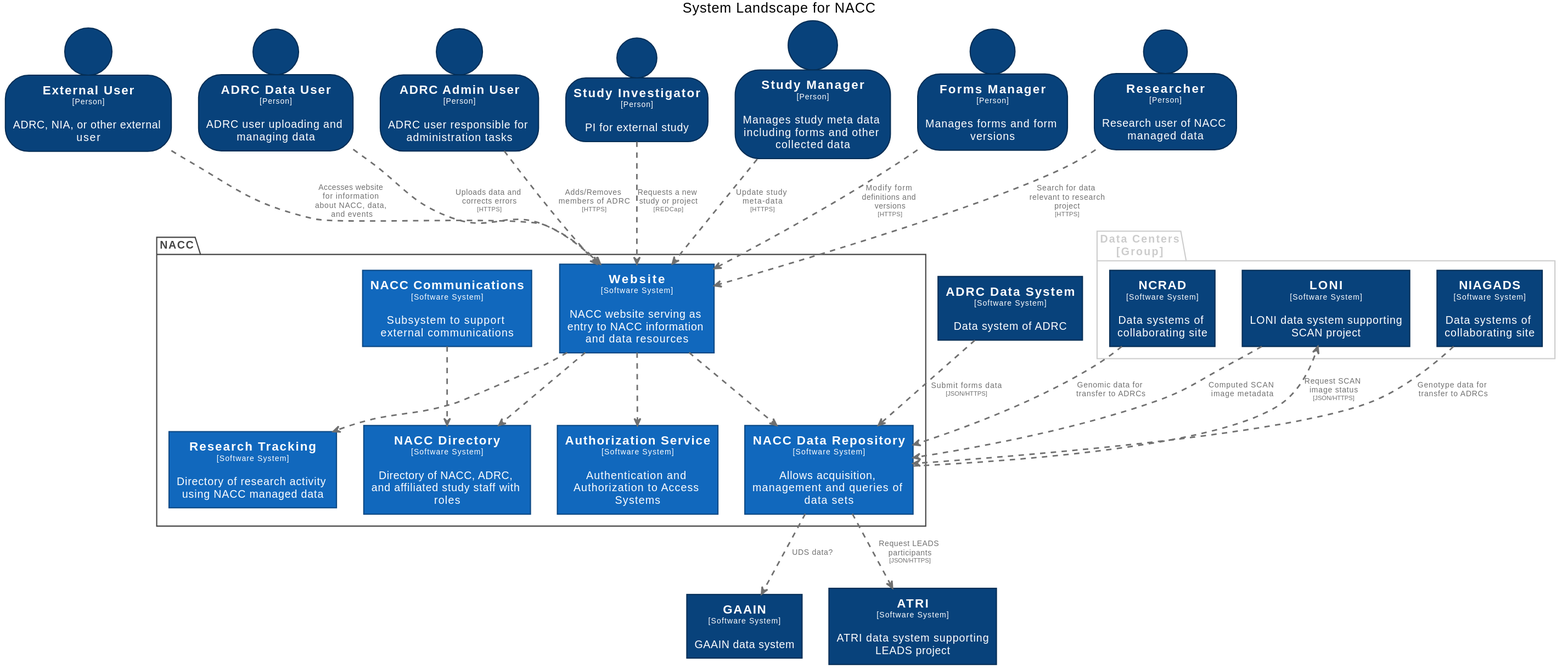
Earlier version of the PlantUML export docs/images/structurizr-SystemLandscape.svg (naccdata/system-design).
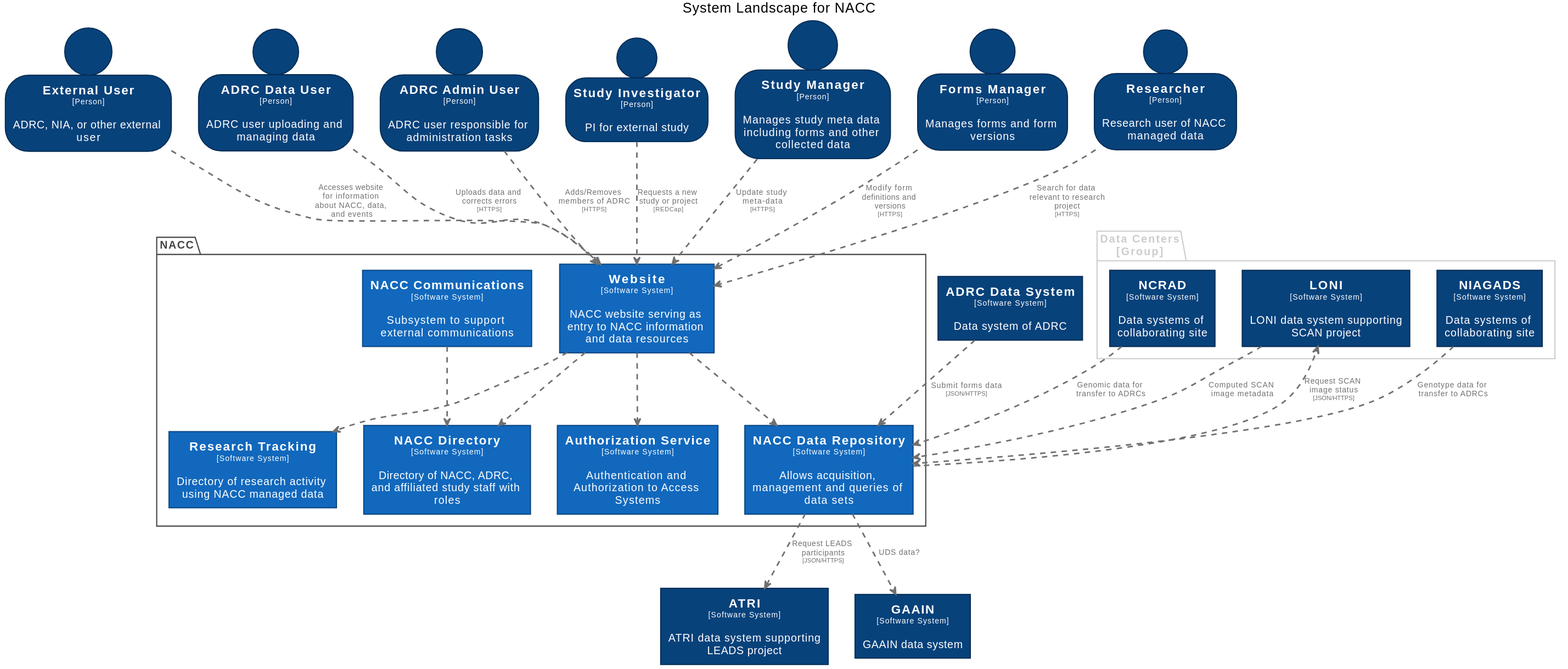
After the commit.

The edit, as a diff of the source:
```diff
@@ -130,6 +130,7 @@
   rectangle "==LONI\n<size:10>[Software System]</size>\n\nLONI data system supporting SCAN project" <<LONI>> as LONI
 }
 
+rectangle "==ATRI\n<size:10>[Software System]</size>\n\nATRI data system supporting LEADS project" <<ATRI>> as ATRI
 rectangle "==GAAIN\n<size:10>[Software System]</size>\n\nGAAIN data system" <<GAAIN>> as GAAIN
 person "==External User\n<size:10>[Person]</size>\n\nADRC, NIA, or other external user" <<ExternalUser>> as ExternalUser
 person "==ADRC Data User\n<size:10>[Person]</size>\n\nADRC user uploading and managing data" <<ADRCDataUser>> as ADRCDataUser
@@ -139,8 +140,9 @@
 person "==Forms Manager\n<size:10>[Person]</size>\n\nManages forms and form versions" <<FormsManager>> as FormsManager
 person "==Researcher\n<size:10>[Person]</size>\n\nResearch user of NACC managed data" <<Researcher>> as Researcher
 rectangle "==ADRC Data System\n<size:10>[Software System]</size>\n\nData system of ADRC" <<ADRCDataSystem>> as ADRCDataSystem
-rectangle "==ATRI\n<size:10>[Software System]</size>\n\nATRI data system supporting LEADS project" <<ATRI>> as ATRI
 
+LONI .[#707070,thickness=2].> NACCDataRepository : "<color:#707070>Computed SCAN image metadata"
+NACCDataRepository .[#707070,thickness=2].> LONI : "<color:#707070>Request SCAN image status\n<color:#707070><size:8>[JSON/HTTPS]</size>"
 NACCDataRepository .[#707070,thickness=2].> ATRI : "<color:#707070>Request LEADS participants\n<color:#707070><size:8>[JSON/HTTPS]</size>"
 NACCDataRepository .[#707070,thickness=2].> GAAIN : "<color:#707070>UDS data?"
 NACCCommunications .[#707070,thickness=2].> NACCDirectory : "<color:#707070>"
@@ -158,6 +160,4 @@
 ADRCDataSystem .[#707070,thickness=2].> NACCDataRepository : "<color:#707070>Submit forms data\n<color:#707070><size:8>[JSON/HTTPS]</size>"
 NCRAD .[#707070,thickness=2].> NACCDataRepository : "<color:#707070>Genomic data for transfer to ADRCs"
 NIAGADS .[#707070,thickness=2].> NACCDataRepository : "<color:#707070>Genotype data for transfer to ADRCs"
-LONI .[#707070,thickness=2].> NACCDataRepository : "<color:#707070>Computed SCAN image metadata"
-NACCDataRepository .[#707070,thickness=2].> LONI : "<color:#707070>Request SCAN image status\n<color:#707070><size:8>[JSON/HTTPS]</size>"
 @enduml
```
